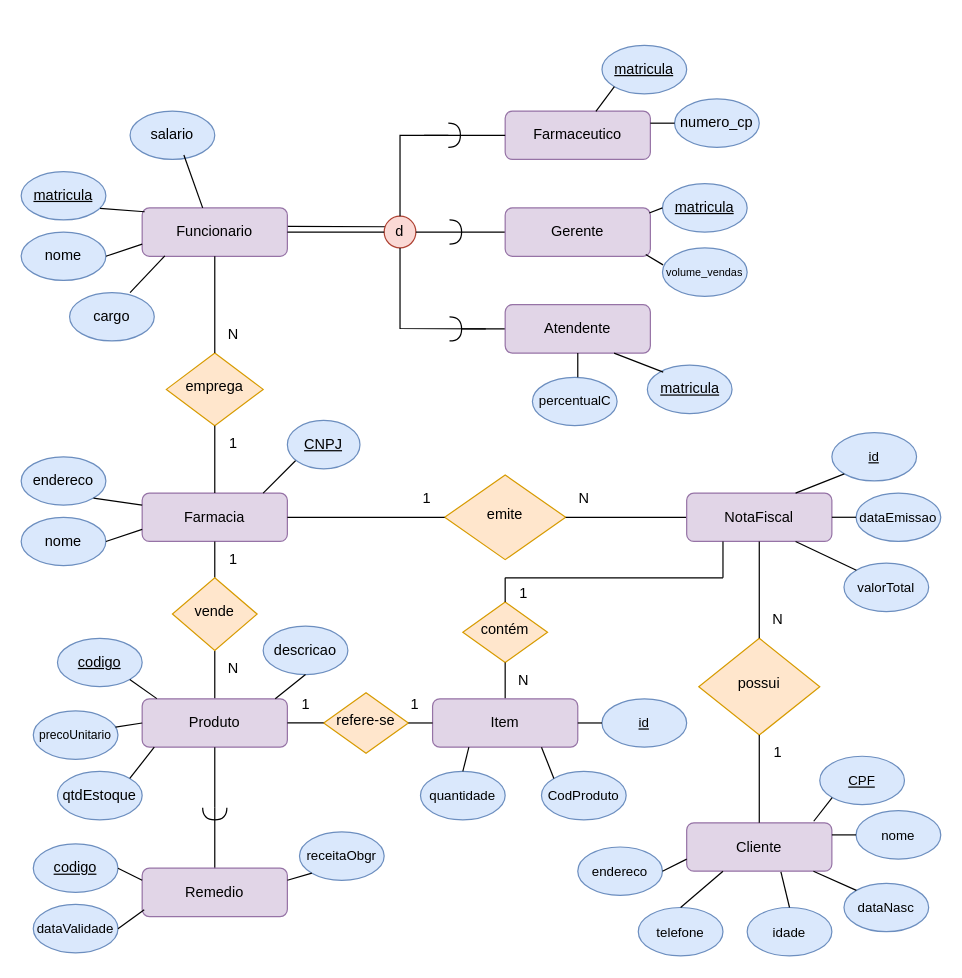
d0pp3lg4nger/diagrams keeps this draw.io diagram as Exercicio4_BD.drawio. Above is the earlier version. Source tidied: cells renumbered, new cells numbered last; positions are measured from the earlier drawing's top-left corner, leaving out a move shared by most shapes. Both pictures are drawn from the tidied source at 121%, with x=0, y=0 at pixel (21, 45).
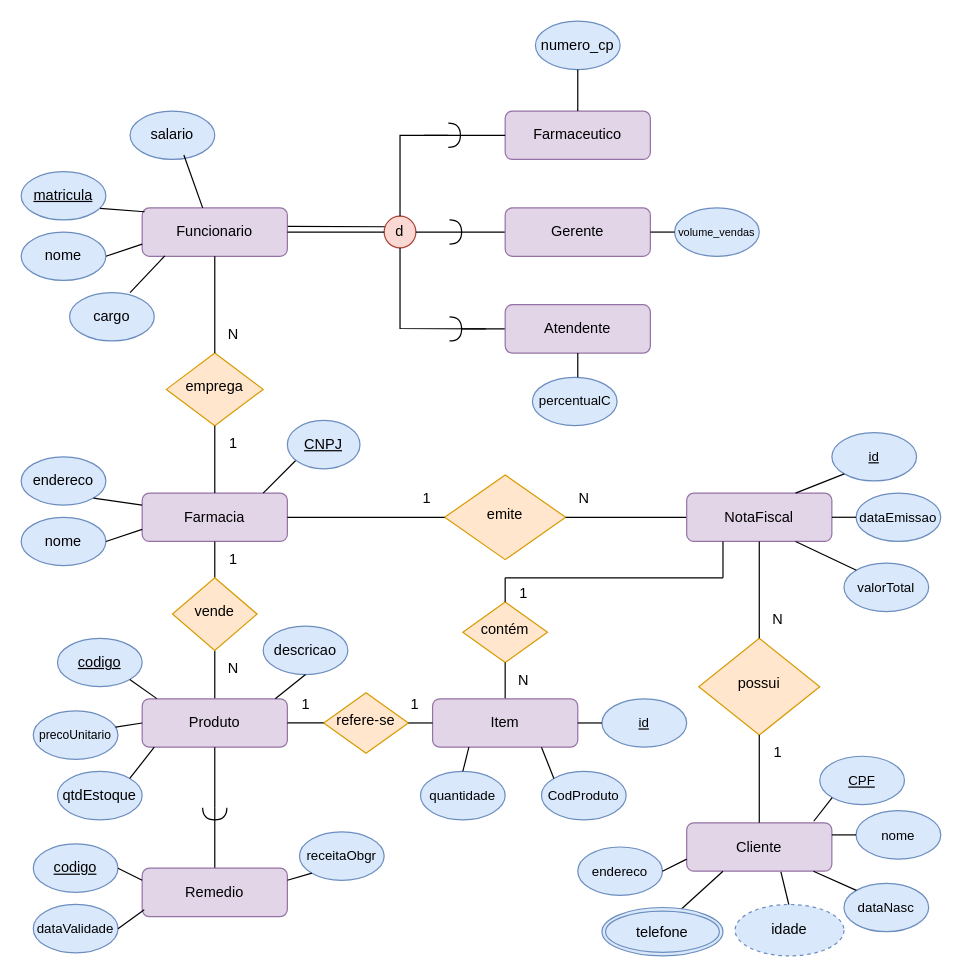
The same diagram, later.

The change refers to these unchanged cells:
```xml
<mxCell id="24" value="Farmaceutico" style="rounded=1;whiteSpace=wrap;html=1;fontSize=12;glass=0;strokeWidth=1;shadow=0;fillColor=#e1d5e7;strokeColor=#9673a6;" parent="1" vertex="1">
  <mxGeometry x="400" y="54.3" width="120" height="40" as="geometry" />
</mxCell>
<mxCell id="25" value="Atendente" style="rounded=1;whiteSpace=wrap;html=1;fontSize=12;glass=0;strokeWidth=1;shadow=0;fillColor=#e1d5e7;strokeColor=#9673a6;" parent="1" vertex="1">
  <mxGeometry x="400" y="214.3" width="120" height="40" as="geometry" />
</mxCell>
<mxCell id="26" value="Gerente" style="rounded=1;whiteSpace=wrap;html=1;fontSize=12;glass=0;strokeWidth=1;shadow=0;fillColor=#e1d5e7;strokeColor=#9673a6;" parent="1" vertex="1">
  <mxGeometry x="400" y="134.3" width="120" height="40" as="geometry" />
</mxCell>
<mxCell id="81" value="Cliente" style="rounded=1;whiteSpace=wrap;html=1;fontSize=12;glass=0;strokeWidth=1;shadow=0;fillColor=#e1d5e7;strokeColor=#9673a6;" parent="1" vertex="1">
  <mxGeometry x="550" y="642.5" width="120" height="40" as="geometry" />
</mxCell>
```

Change to the diagram source:
```diff
@@
     <mxCell id="27" value="numero_cp" style="ellipse;whiteSpace=wrap;html=1;fillColor=#dae8fc;strokeColor=#6c8ebf;" parent="1" vertex="1">
-      <mxGeometry x="540" y="44.3" width="70" height="40" as="geometry" />
+      <mxGeometry x="425" y="-20" width="70" height="40" as="geometry" />
     </mxCell>
-    <mxCell id="28" value="&lt;u&gt;matricula&lt;/u&gt;" style="ellipse;whiteSpace=wrap;html=1;fillColor=#dae8fc;strokeColor=#6c8ebf;" parent="1" vertex="1">
-      <mxGeometry x="480" width="70" height="40" as="geometry" />
-    </mxCell>
-    <mxCell id="29" value="&lt;u&gt;matricula&lt;/u&gt;" style="ellipse;whiteSpace=wrap;html=1;fillColor=#dae8fc;strokeColor=#6c8ebf;" parent="1" vertex="1">
-      <mxGeometry x="530" y="114.3" width="70" height="40" as="geometry" />
-    </mxCell>
     <mxCell id="30" value="&lt;font style=&quot;font-size: 9px;&quot;&gt;volume_vendas&lt;/font&gt;" style="ellipse;whiteSpace=wrap;html=1;fillColor=#dae8fc;strokeColor=#6c8ebf;" parent="1" vertex="1">
-      <mxGeometry x="530" y="167.4" width="70" height="40" as="geometry" />
+      <mxGeometry x="540" y="134.3" width="70" height="40" as="geometry" />
     </mxCell>
-    <mxCell id="31" value="&lt;u&gt;matricula&lt;/u&gt;" style="ellipse;whiteSpace=wrap;html=1;fillColor=#dae8fc;strokeColor=#6c8ebf;" parent="1" vertex="1">
-      <mxGeometry x="517.5" y="264.3" width="70" height="40" as="geometry" />
-    </mxCell>
@@
-    <mxCell id="33" style="endArrow=none;html=1;rounded=0;entryX=0;entryY=1;entryDx=0;entryDy=0;exitX=0.625;exitY=0.004;exitDx=0;exitDy=0;exitPerimeter=0;" parent="1" edge="1" source="24" target="28">
-      <mxGeometry relative="1" as="geometry" />
-    </mxCell>
-    <mxCell id="34" style="endArrow=none;html=1;rounded=0;entryX=0;entryY=0.5;entryDx=0;entryDy=0;" parent="1" edge="1" target="27">
-      <mxGeometry relative="1" as="geometry">
-        <mxPoint x="520" y="64.3" as="sourcePoint" />
-      </mxGeometry>
+    <mxCell id="34" style="endArrow=none;html=1;rounded=0;entryX=0.5;entryY=1;entryDx=0;entryDy=0;exitX=0.5;exitY=0;exitDx=0;exitDy=0;" parent="1" edge="1" source="24" target="27">
+      <mxGeometry relative="1" as="geometry" />
     </mxCell>
-    <mxCell id="35" style="endArrow=none;html=1;rounded=0;entryX=0;entryY=0.5;entryDx=0;entryDy=0;exitX=0.992;exitY=0.107;exitDx=0;exitDy=0;exitPerimeter=0;" parent="1" edge="1" source="26" target="29">
-      <mxGeometry relative="1" as="geometry" />
-    </mxCell>
-    <mxCell id="36" style="endArrow=none;html=1;rounded=0;entryX=0.007;entryY=0.35;entryDx=0;entryDy=0;entryPerimeter=0;exitX=0.968;exitY=0.964;exitDx=0;exitDy=0;exitPerimeter=0;" parent="1" edge="1" source="26" target="30">
+    <mxCell id="36" style="endArrow=none;html=1;rounded=0;entryX=0;entryY=0.5;entryDx=0;entryDy=0;exitX=1;exitY=0.5;exitDx=0;exitDy=0;" parent="1" edge="1" source="26" target="30">
       <mxGeometry relative="1" as="geometry" />
     </mxCell>
@@
-    <mxCell id="38" style="endArrow=none;html=1;rounded=0;entryX=0;entryY=0;entryDx=0;entryDy=0;exitX=0.75;exitY=1;exitDx=0;exitDy=0;" parent="1" edge="1" source="25">
-      <mxGeometry relative="1" as="geometry">
-        <mxPoint x="530.6" y="270" as="targetPoint" />
-      </mxGeometry>
-    </mxCell>
@@
-    <mxCell id="83" value="&lt;font style=&quot;font-size: 11px;&quot;&gt;telefone&lt;/font&gt;" style="ellipse;whiteSpace=wrap;html=1;fillColor=#dae8fc;strokeColor=#6c8ebf;" parent="1" vertex="1">
-      <mxGeometry x="510" y="712.5" width="70" height="40" as="geometry" />
-    </mxCell>
-    <mxCell id="84" value="&lt;font style=&quot;font-size: 11px;&quot;&gt;idade&lt;/font&gt;" style="ellipse;whiteSpace=wrap;html=1;fillColor=#dae8fc;strokeColor=#6c8ebf;" parent="1" vertex="1">
-      <mxGeometry x="600" y="712.5" width="70" height="40" as="geometry" />
-    </mxCell>
@@
-    <mxCell id="89" style="endArrow=none;html=1;rounded=0;entryX=0.25;entryY=1;entryDx=0;entryDy=0;exitX=0.5;exitY=0;exitDx=0;exitDy=0;" parent="1" edge="1" source="83" target="81">
-      <mxGeometry relative="1" as="geometry" />
+    <mxCell id="89" style="endArrow=none;html=1;rounded=0;entryX=0.25;entryY=1;entryDx=0;entryDy=0;exitX=0.5;exitY=0;exitDx=0;exitDy=0;" parent="1" edge="1" target="81">
+      <mxGeometry relative="1" as="geometry">
+        <mxPoint x="525" y="732.5" as="sourcePoint" />
+      </mxGeometry>
     </mxCell>
-    <mxCell id="90" style="endArrow=none;html=1;rounded=0;entryX=0.5;entryY=0;entryDx=0;entryDy=0;exitX=0.649;exitY=1.014;exitDx=0;exitDy=0;exitPerimeter=0;" parent="1" edge="1" source="81" target="84">
-      <mxGeometry relative="1" as="geometry" />
+    <mxCell id="90" style="endArrow=none;html=1;rounded=0;entryX=0.5;entryY=0;entryDx=0;entryDy=0;exitX=0.649;exitY=1.014;exitDx=0;exitDy=0;exitPerimeter=0;" parent="1" edge="1" source="81">
+      <mxGeometry relative="1" as="geometry">
+        <mxPoint x="635" y="712.5" as="targetPoint" />
+      </mxGeometry>
     </mxCell>
@@
+    <mxCell id="83" value="telefone" style="ellipse;shape=doubleEllipse;margin=3;whiteSpace=wrap;html=1;align=center;fillColor=#dae8fc;strokeColor=#6c8ebf;" parent="1" vertex="1">
+      <mxGeometry x="480" y="712.5" width="100" height="40" as="geometry" />
+    </mxCell>
+    <mxCell id="84" value="idade" style="ellipse;whiteSpace=wrap;html=1;align=center;dashed=1;fillColor=#dae8fc;strokeColor=#6c8ebf;" parent="1" vertex="1">
+      <mxGeometry x="590" y="710" width="90" height="42.5" as="geometry" />
+    </mxCell>
```
